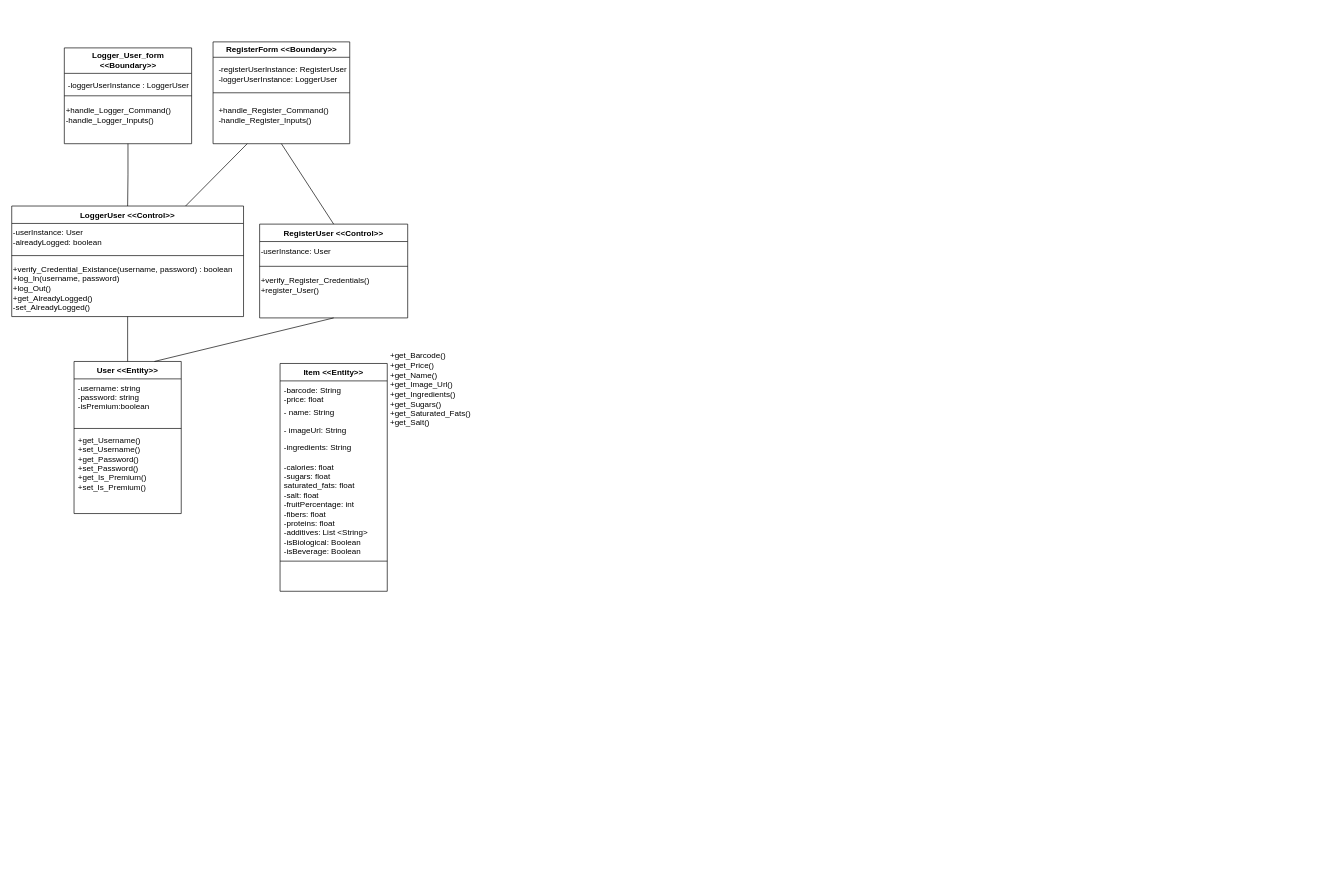
Above: others/Class_Diagrams_BCE/Log_In_Class_Diagram_BCE.drawio in FredHats99/HealthyCart (draw.io), before the change. Source tidied: cells renumbered, new cells numbered last; positions are measured from the earlier drawing's top-left corner, leaving out a move shared by most shapes. Both pictures are drawn from the tidied source at 67%, with x=0, y=0 at pixel (11, 42).
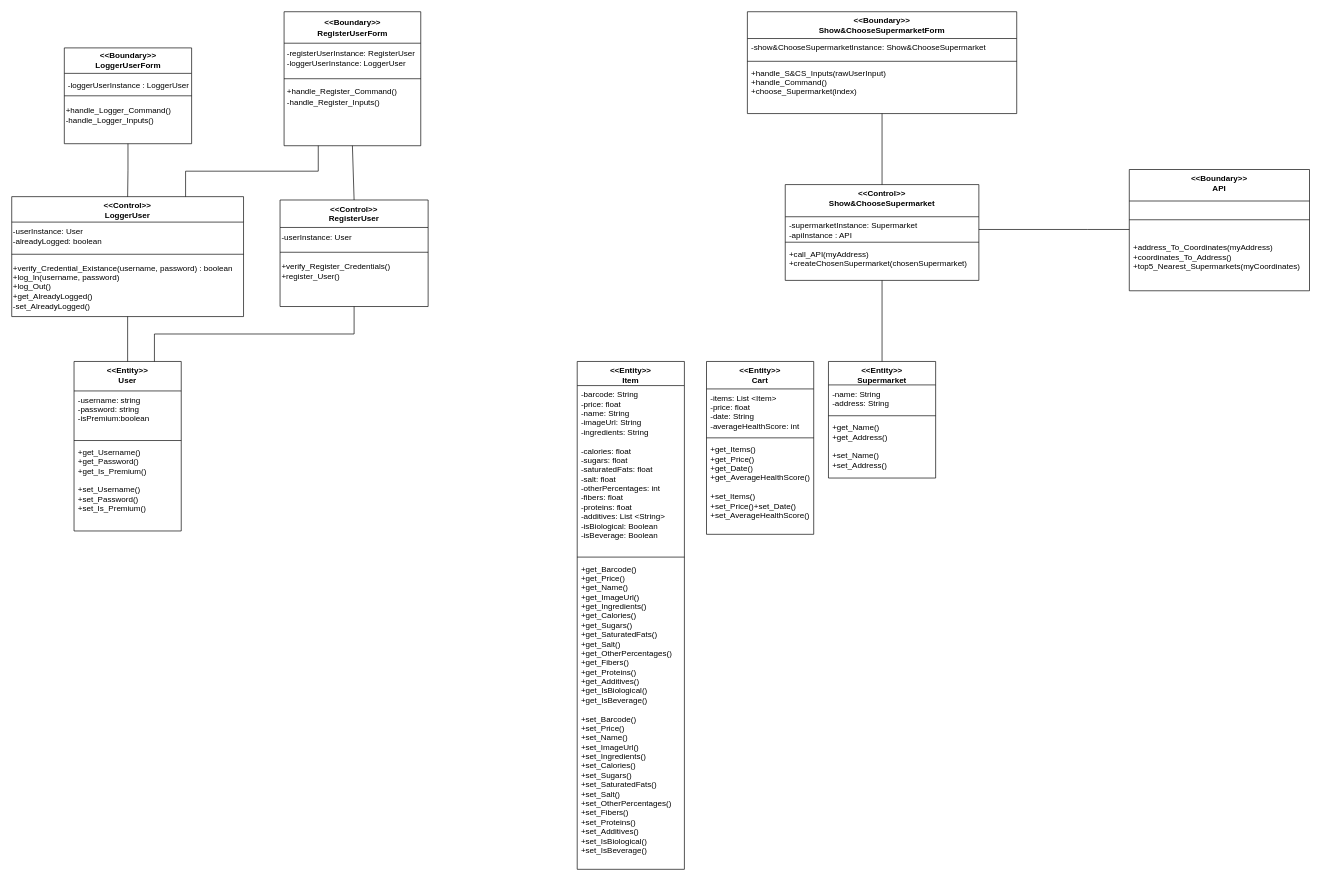
The same diagram, later.

Commit message:
new class diagram.drawio Login

Change to the diagram source:
```diff
@@
-    <mxCell id="2" value="Logger_User_form &amp;lt;&amp;lt;Boundary&amp;gt;&amp;gt;" style="swimlane;whiteSpace=wrap;html=1;startSize=38;" parent="1" vertex="1">
+    <mxCell id="2" value="&lt;div&gt; &amp;lt;&amp;lt;Boundary&amp;gt;&amp;gt;&lt;/div&gt;&lt;div&gt;LoggerUserForm&lt;/div&gt;" style="swimlane;whiteSpace=wrap;html=1;startSize=38;" parent="1" vertex="1">
       <mxGeometry x="78.5" y="9" width="190" height="143" as="geometry" />
     </mxCell>
@@
-    <mxCell id="5" value="LoggerUser &lt;&lt;Control&gt;&gt;" style="swimlane;fontStyle=1;align=center;verticalAlign=top;horizontal=1;startSize=26;rounded=0;shadow=0;strokeWidth=1;" parent="1" vertex="1">
-      <mxGeometry y="245" width="346" height="165" as="geometry" />
+    <mxCell id="5" value=" &lt;&lt;Control&gt;&gt;&#10;LoggerUser" style="swimlane;fontStyle=1;align=center;verticalAlign=top;horizontal=1;startSize=38;rounded=0;shadow=0;strokeWidth=1;" parent="1" vertex="1">
+      <mxGeometry y="231" width="346" height="179" as="geometry" />
     </mxCell>
     <mxCell id="6" value="-userInstance: User&lt;br&gt;-alreadyLogged: boolean" style="text;html=1;align=left;verticalAlign=middle;strokeColor=none;fillColor=none;" parent="5" vertex="1">
-      <mxGeometry y="26" width="346" height="41" as="geometry" />
+      <mxGeometry y="38" width="346" height="41" as="geometry" />
     </mxCell>
     <mxCell id="7" style="line;html=1;strokeWidth=1;align=left;verticalAlign=middle;spacingTop=-1;spacingLeft=3;spacingRight=3;labelPosition=right;" parent="5" vertex="1">
-      <mxGeometry y="67" width="346" height="14" as="geometry" />
+      <mxGeometry y="79" width="346" height="14" as="geometry" />
     </mxCell>
     <mxCell id="8" value="+verify_Credential_Existance(username, password) : boolean&lt;br&gt;+log_In(username, password)&lt;br&gt;+log_Out()&lt;br&gt;+get_AlreadyLogged()&lt;br&gt;-set_AlreadyLogged()" style="text;html=1;align=left;verticalAlign=middle;strokeColor=none;fillColor=none;" parent="5" vertex="1">
-      <mxGeometry y="81" width="346" height="84" as="geometry" />
+      <mxGeometry y="93" width="346" height="84" as="geometry" />
     </mxCell>
@@
-    <mxCell id="10" value="User &lt;&lt;Entity&gt;&gt;" style="swimlane;fontStyle=1;align=center;verticalAlign=top;horizontal=1;startSize=26;rounded=0;shadow=0;strokeWidth=1;" parent="1" vertex="1">
-      <mxGeometry x="93" y="477" width="160" height="227" as="geometry" />
+    <mxCell id="10" value=" &lt;&lt;Entity&gt;&gt;&#10;User" style="swimlane;fontStyle=1;align=center;verticalAlign=top;horizontal=1;startSize=44;rounded=0;shadow=0;strokeWidth=1;" parent="1" vertex="1">
+      <mxGeometry x="93" y="477" width="160" height="253" as="geometry" />
     </mxCell>
-    <mxCell id="11" value="-username: string&#10;-password: string&#10;-isPremium:boolean" style="text;align=left;verticalAlign=top;spacingLeft=4;spacingRight=4;overflow=hidden;" parent="10" vertex="1">
-      <mxGeometry y="26" width="160" height="70" as="geometry" />
+    <mxCell id="11" value="-username: string&#10;-password: string&#10;-isPremium:boolean&#10;" style="text;align=left;verticalAlign=top;spacingLeft=4;spacingRight=4;overflow=hidden;" parent="10" vertex="1">
+      <mxGeometry y="44" width="160" height="70" as="geometry" />
     </mxCell>
     <mxCell id="12" style="line;html=1;strokeWidth=1;align=left;verticalAlign=middle;spacingTop=-1;spacingLeft=3;spacingRight=3;labelPosition=right;" parent="10" vertex="1">
-      <mxGeometry y="96" width="160" height="8" as="geometry" />
+      <mxGeometry y="114" width="160" height="8" as="geometry" />
     </mxCell>
-    <mxCell id="13" value="+get_Username()&#10;+set_Username()&#10;+get_Password()&#10;+set_Password()&#10;+get_Is_Premium()&#10;+set_Is_Premium()" style="text;align=left;verticalAlign=top;spacingLeft=4;spacingRight=4;overflow=hidden;" parent="10" vertex="1">
-      <mxGeometry y="104" width="160" height="123" as="geometry" />
+    <mxCell id="13" value="+get_Username()&#10;+get_Password()&#10;+get_Is_Premium()&#10;&#10;+set_Username()&#10;+set_Password()&#10;+set_Is_Premium()" style="text;align=left;verticalAlign=top;spacingLeft=4;spacingRight=4;overflow=hidden;" parent="10" vertex="1">
+      <mxGeometry y="122" width="160" height="123" as="geometry" />
     </mxCell>
@@
-    <mxCell id="15" value="RegisterUser &lt;&lt;Control&gt;&gt;" style="swimlane;fontStyle=1;align=center;verticalAlign=top;horizontal=1;startSize=26;rounded=0;shadow=0;strokeWidth=1;" parent="1" vertex="1">
-      <mxGeometry x="370" y="272" width="221" height="140" as="geometry" />
+    <mxCell id="15" value=" &lt;&lt;Control&gt;&gt;&#10;RegisterUser" style="swimlane;fontStyle=1;align=center;verticalAlign=top;horizontal=1;startSize=41;rounded=0;shadow=0;strokeWidth=1;" parent="1" vertex="1">
+      <mxGeometry x="400.5" y="236" width="221" height="159" as="geometry" />
     </mxCell>
     <mxCell id="16" value="-userInstance: User" style="text;html=1;align=left;verticalAlign=middle;strokeColor=none;fillColor=none;" parent="15" vertex="1">
-      <mxGeometry y="26" width="221" height="30" as="geometry" />
+      <mxGeometry y="41" width="221" height="30" as="geometry" />
     </mxCell>
     <mxCell id="17" style="line;html=1;strokeWidth=1;align=left;verticalAlign=middle;spacingTop=-1;spacingLeft=3;spacingRight=3;labelPosition=right;" parent="15" vertex="1">
-      <mxGeometry y="56" width="221" height="14" as="geometry" />
+      <mxGeometry y="71" width="221" height="14" as="geometry" />
     </mxCell>
     <mxCell id="18" value="+verify_Register_Credentials()&lt;br&gt;+register_User()" style="text;html=1;align=left;verticalAlign=middle;strokeColor=none;fillColor=none;" parent="15" vertex="1">
-      <mxGeometry y="70" width="221" height="41" as="geometry" />
+      <mxGeometry y="85" width="221" height="41" as="geometry" />
     </mxCell>
@@
-    <mxCell id="20" style="endArrow=none;html=1;rounded=0;entryX=0.5;entryY=1;entryDx=0;entryDy=0;exitX=0.75;exitY=0;exitDx=0;exitDy=0;" parent="1" edge="1" source="10" target="15">
+    <mxCell id="20" style="endArrow=none;html=1;rounded=0;entryX=0.5;entryY=1;entryDx=0;entryDy=0;exitX=0.75;exitY=0;exitDx=0;exitDy=0;edgeStyle=orthogonalEdgeStyle;" parent="1" edge="1" source="10" target="15">
       <mxGeometry relative="1" as="geometry" />
     </mxCell>
-    <mxCell id="21" value="RegisterForm &amp;lt;&amp;lt;Boundary&amp;gt;&amp;gt;" style="swimlane;whiteSpace=wrap;html=1;" parent="1" vertex="1">
-      <mxGeometry x="300.5" width="204" height="152" as="geometry" />
+    <mxCell id="21" value="&lt;div&gt; &amp;lt;&amp;lt;Boundary&amp;gt;&amp;gt;&lt;/div&gt;&lt;div&gt;RegisterUserForm&lt;/div&gt;" style="swimlane;whiteSpace=wrap;html=1;startSize=47;" parent="1" vertex="1">
+      <mxGeometry x="406.5" y="-45" width="204" height="200" as="geometry" />
     </mxCell>
     <mxCell id="22" value="-registerUserInstance: RegisterUser&lt;br&gt;-loggerUserInstance: LoggerUser" style="text;html=1;align=left;verticalAlign=middle;strokeColor=none;fillColor=none;" parent="21" vertex="1">
-      <mxGeometry x="6" y="27" width="209" height="41" as="geometry" />
+      <mxGeometry x="2.5" y="48" width="209" height="41" as="geometry" />
     </mxCell>
     <mxCell id="23" value="+handle_Register_Command()&lt;br&gt;-handle_Register_Inputs()" style="text;html=1;align=left;verticalAlign=middle;strokeColor=none;fillColor=none;" parent="21" vertex="1">
-      <mxGeometry x="6" y="89" width="182" height="41" as="geometry" />
+      <mxGeometry x="2.5" y="106" width="182" height="41" as="geometry" />
     </mxCell>
@@
-    <mxCell id="26" style="endArrow=none;html=1;rounded=0;entryX=0.25;entryY=1;entryDx=0;entryDy=0;exitX=0.75;exitY=0;exitDx=0;exitDy=0;" parent="1" edge="1" source="5" target="21">
+    <mxCell id="26" style="endArrow=none;html=1;rounded=0;entryX=0.25;entryY=1;entryDx=0;entryDy=0;exitX=0.75;exitY=0;exitDx=0;exitDy=0;edgeStyle=orthogonalEdgeStyle;" parent="1" edge="1" source="5" target="21">
       <mxGeometry relative="1" as="geometry" />
     </mxCell>
-    <mxCell id="27" value="Item &lt;&lt;Entity&gt;&gt;" style="swimlane;fontStyle=1;align=center;verticalAlign=top;horizontal=1;startSize=26;rounded=0;shadow=0;strokeWidth=1;" parent="1" vertex="1">
-      <mxGeometry x="400.5" y="480" width="160" height="340" as="geometry" />
-    </mxCell>
-    <mxCell id="28" value="-barcode: String&#10;-price: float&#10;" style="text;align=left;verticalAlign=top;spacingLeft=4;spacingRight=4;overflow=hidden;" parent="27" vertex="1">
-      <mxGeometry y="26" width="160" height="34" as="geometry" />
-    </mxCell>
-    <mxCell id="29" value="- name: String" style="text;align=left;verticalAlign=top;spacingLeft=4;spacingRight=4;overflow=hidden;rounded=0;shadow=0;html=0;" parent="27" vertex="1">
-      <mxGeometry y="60" width="160" height="26" as="geometry" />
-    </mxCell>
-    <mxCell id="30" value="- imageUrl: String" style="text;align=left;verticalAlign=top;spacingLeft=4;spacingRight=4;overflow=hidden;rounded=0;shadow=0;html=0;" parent="27" vertex="1">
-      <mxGeometry y="86" width="160" height="26" as="geometry" />
-    </mxCell>
-    <mxCell id="31" value="-ingredients: String" style="text;align=left;verticalAlign=top;spacingLeft=4;spacingRight=4;overflow=hidden;rounded=0;shadow=0;html=0;" parent="27" vertex="1">
-      <mxGeometry y="112" width="160" height="29" as="geometry" />
-    </mxCell>
-    <mxCell id="32" value="-calories: float&#10;-sugars: float&#10;saturated_fats: float&#10;-salt: float&#10;-fruitPercentage: int&#10;-fibers: float&#10;-proteins: float&#10;-additives: List &lt;String&gt;&#10;-isBiological: Boolean&#10;-isBeverage: Boolean" style="text;align=left;verticalAlign=top;spacingLeft=4;spacingRight=4;overflow=hidden;rounded=0;shadow=0;html=0;" parent="27" vertex="1">
-      <mxGeometry y="141" width="160" height="150" as="geometry" />
-    </mxCell>
-    <mxCell id="33" style="line;html=1;strokeWidth=1;align=left;verticalAlign=middle;spacingTop=-1;spacingLeft=3;spacingRight=3;labelPosition=right;" parent="27" vertex="1">
-      <mxGeometry y="291" width="160" height="8" as="geometry" />
-    </mxCell>
-    <mxCell id="34" value="&lt;div&gt;+get_Barcode()&lt;/div&gt;&lt;div&gt;+get_Price()&lt;/div&gt;&lt;div&gt;+get_Name()&lt;/div&gt;&lt;div&gt;+get_Image_Url()&lt;/div&gt;&lt;div&gt;+get_Ingredients()&lt;/div&gt;&lt;div&gt;+get_Sugars()&lt;/div&gt;&lt;div&gt;+get_Saturated_Fats()&lt;/div&gt;&lt;div&gt;+get_Salt()&lt;br&gt;&lt;/div&gt;&lt;div&gt;&lt;br&gt;&lt;/div&gt;" style="text;html=1;align=left;verticalAlign=middle;strokeColor=none;fillColor=none;" parent="1" vertex="1">
-      <mxGeometry x="563" y="455" width="137" height="142" as="geometry" />
-    </mxCell>
+    <mxCell id="35" value="&lt;&lt;Entity&gt;&gt;&#10;Item&#10;" style="swimlane;fontStyle=1;align=center;verticalAlign=top;horizontal=1;startSize=36;" parent="1" vertex="1">
+      <mxGeometry x="844" y="477" width="160" height="758" as="geometry" />
+    </mxCell>
+    <mxCell id="36" value="-barcode: String&#10;-price: float&#10;-name: String&#10;-imageUrl: String&#10;-ingredients: String&#10;&#10;-calories: float&#10;-sugars: float&#10;-saturatedFats: float&#10;-salt: float&#10;-otherPercentages: int&#10;-fibers: float&#10;-proteins: float&#10;-additives: List &lt;String&gt;&#10;-isBiological: Boolean&#10;-isBeverage: Boolean" style="text;strokeColor=none;fillColor=none;align=left;verticalAlign=top;spacingLeft=4;spacingRight=4;overflow=hidden;" parent="35" vertex="1">
+      <mxGeometry y="36" width="160" height="252" as="geometry" />
+    </mxCell>
+    <mxCell id="37" style="line;strokeWidth=1;fillColor=none;align=left;verticalAlign=middle;spacingTop=-1;spacingLeft=3;spacingRight=3;labelPosition=right;strokeColor=inherit;" parent="35" vertex="1">
+      <mxGeometry y="288" width="160" height="8" as="geometry" />
+    </mxCell>
+    <mxCell id="38" value="+get_Barcode()&#10;+get_Price()&#10;+get_Name()&#10;+get_ImageUrl()&#10;+get_Ingredients()&#10;+get_Calories()&#10;+get_Sugars() &#10;+get_SaturatedFats()&#10;+get_Salt()&#10;+get_OtherPercentages()&#10;+get_Fibers()&#10;+get_Proteins()&#10;+get_Additives()&#10;+get_IsBiological()&#10;+get_IsBeverage()&#10;&#10;+set_Barcode()&#10;+set_Price()&#10;+set_Name()&#10;+set_ImageUrl()&#10;+set_Ingredients()&#10;+set_Calories()&#10;+set_Sugars()&#10;+set_SaturatedFats()&#10;+set_Salt()&#10;+set_OtherPercentages()&#10;+set_Fibers()&#10;+set_Proteins()&#10;+set_Additives()&#10;+set_IsBiological()&#10;+set_IsBeverage()" style="text;strokeColor=none;fillColor=none;align=left;verticalAlign=top;spacingLeft=4;spacingRight=4;overflow=hidden;" parent="35" vertex="1">
+      <mxGeometry y="296" width="160" height="462" as="geometry" />
+    </mxCell>
+    <mxCell id="39" value="&lt;&lt;Entity&gt;&gt;&#10;Cart&#10;" style="swimlane;fontStyle=1;align=center;verticalAlign=top;horizontal=1;startSize=41;" parent="1" vertex="1">
+      <mxGeometry x="1037" y="477" width="160" height="258" as="geometry" />
+    </mxCell>
+    <mxCell id="40" value="-items: List &lt;Item&gt;&#10;-price: float&#10;-date: String&#10;-averageHealthScore: int&#10;" style="text;strokeColor=none;fillColor=none;align=left;verticalAlign=top;spacingLeft=4;spacingRight=4;overflow=hidden;" parent="39" vertex="1">
+      <mxGeometry y="41" width="160" height="69" as="geometry" />
+    </mxCell>
+    <mxCell id="41" style="line;strokeWidth=1;fillColor=none;align=left;verticalAlign=middle;spacingTop=-1;spacingLeft=3;spacingRight=3;labelPosition=right;strokeColor=inherit;" parent="39" vertex="1">
+      <mxGeometry y="110" width="160" height="8" as="geometry" />
+    </mxCell>
+    <mxCell id="42" value="+get_Items()&#10;+get_Price()&#10;+get_Date()&#10;+get_AverageHealthScore()&#10;&#10;+set_Items()&#10;+set_Price()+set_Date()&#10;+set_AverageHealthScore()" style="text;strokeColor=none;fillColor=none;align=left;verticalAlign=top;spacingLeft=4;spacingRight=4;overflow=hidden;" parent="39" vertex="1">
+      <mxGeometry y="118" width="160" height="140" as="geometry" />
+    </mxCell>
+    <mxCell id="43" value="&lt;&lt;Entity&gt;&gt;&#10;Supermarket&#10;" style="swimlane;fontStyle=1;align=center;verticalAlign=top;horizontal=1;startSize=35;" parent="1" vertex="1">
+      <mxGeometry x="1219" y="477" width="160" height="174" as="geometry" />
+    </mxCell>
+    <mxCell id="44" value="-name: String&#10;-address: String" style="text;strokeColor=none;fillColor=none;align=left;verticalAlign=top;spacingLeft=4;spacingRight=4;overflow=hidden;" parent="43" vertex="1">
+      <mxGeometry y="35" width="160" height="42" as="geometry" />
+    </mxCell>
+    <mxCell id="45" style="line;strokeWidth=1;fillColor=none;align=left;verticalAlign=middle;spacingTop=-1;spacingLeft=3;spacingRight=3;labelPosition=right;strokeColor=inherit;" parent="43" vertex="1">
+      <mxGeometry y="77" width="160" height="8" as="geometry" />
+    </mxCell>
+    <mxCell id="46" value="+get_Name()&#10;+get_Address()&#10;&#10;+set_Name()&#10;+set_Address()&#10;" style="text;strokeColor=none;fillColor=none;align=left;verticalAlign=top;spacingLeft=4;spacingRight=4;overflow=hidden;" parent="43" vertex="1">
+      <mxGeometry y="85" width="160" height="89" as="geometry" />
+    </mxCell>
+    <mxCell id="47" style="edgeStyle=orthogonalEdgeStyle;rounded=0;jettySize=auto;html=1;endArrow=none;endFill=0;" parent="1" edge="1" source="48" target="43">
+      <mxGeometry relative="1" as="geometry" />
+    </mxCell>
+    <mxCell id="48" value="&lt;&lt;Control&gt;&gt;&#10;Show&amp;ChooseSupermarket&#10;&#10;&#10;" style="swimlane;fontStyle=1;align=center;verticalAlign=top;horizontal=1;startSize=48;" parent="1" vertex="1">
+      <mxGeometry x="1154.5" y="213" width="289" height="143" as="geometry" />
+    </mxCell>
+    <mxCell id="49" value="-supermarketInstance: Supermarket&#10;-apiInstance : API&#10;" style="text;strokeColor=none;fillColor=none;align=left;verticalAlign=top;spacingLeft=4;spacingRight=4;overflow=hidden;points=[[0,0.5],[1,0.5]];portConstraint=eastwest;" parent="48" vertex="1">
+      <mxGeometry y="48" width="289" height="34" as="geometry" />
+    </mxCell>
+    <mxCell id="50" style="line;strokeWidth=1;fillColor=none;align=left;verticalAlign=middle;spacingTop=-1;spacingLeft=3;spacingRight=3;labelPosition=right;strokeColor=inherit;" parent="48" vertex="1">
+      <mxGeometry y="82" width="289" height="8" as="geometry" />
+    </mxCell>
+    <mxCell id="51" value="+call_API(myAddress)&#10;+createChosenSupermarket(chosenSupermarket)&#10;" style="text;strokeColor=none;fillColor=none;align=left;verticalAlign=top;spacingLeft=4;spacingRight=4;overflow=hidden;" parent="48" vertex="1">
+      <mxGeometry y="90" width="289" height="53" as="geometry" />
+    </mxCell>
+    <mxCell id="52" style="edgeStyle=orthogonalEdgeStyle;rounded=0;jettySize=auto;html=1;endArrow=none;endFill=0;" parent="1" edge="1" source="53" target="48">
+      <mxGeometry relative="1" as="geometry" />
+    </mxCell>
+    <mxCell id="53" value="&lt;&lt;Boundary&gt;&gt;&#10;Show&amp;ChooseSupermarketForm&#10;" style="swimlane;fontStyle=1;align=center;verticalAlign=top;horizontal=1;startSize=40;" parent="1" vertex="1">
+      <mxGeometry x="1098" y="-45" width="402" height="152" as="geometry" />
+    </mxCell>
+    <mxCell id="54" value="-show&amp;ChooseSupermarketInstance: Show&amp;ChooseSupermarket&#10;&#10;&#10;&#10;&#10;" style="text;strokeColor=none;fillColor=none;align=left;verticalAlign=top;spacingLeft=4;spacingRight=4;overflow=hidden;" parent="53" vertex="1">
+      <mxGeometry y="40" width="402" height="30" as="geometry" />
+    </mxCell>
+    <mxCell id="55" style="line;strokeWidth=1;fillColor=none;align=left;verticalAlign=middle;spacingTop=-1;spacingLeft=3;spacingRight=3;labelPosition=right;strokeColor=inherit;" parent="53" vertex="1">
+      <mxGeometry y="70" width="402" height="8" as="geometry" />
+    </mxCell>
+    <mxCell id="56" value="+handle_S&amp;CS_Inputs(rawUserInput)&#10;+handle_Command()&#10;+choose_Supermarket(index)&#10;" style="text;strokeColor=none;fillColor=none;align=left;verticalAlign=top;spacingLeft=4;spacingRight=4;overflow=hidden;" parent="53" vertex="1">
+      <mxGeometry y="78" width="402" height="74" as="geometry" />
+    </mxCell>
+    <mxCell id="57" value="&lt;&lt;Boundary&gt;&gt;&#10;API&#10;&#10;" style="swimlane;fontStyle=1;align=center;verticalAlign=top;horizontal=1;startSize=47;" parent="1" vertex="1">
+      <mxGeometry x="1668" y="190.5" width="269" height="181" as="geometry" />
+    </mxCell>
+    <mxCell id="58" style="line;strokeWidth=1;fillColor=none;align=left;verticalAlign=middle;spacingTop=-1;spacingLeft=3;spacingRight=3;labelPosition=right;strokeColor=inherit;" parent="57" vertex="1">
+      <mxGeometry y="47" width="269" height="56" as="geometry" />
+    </mxCell>
+    <mxCell id="59" value="+address_To_Coordinates(myAddress)&#10;+coordinates_To_Address()&#10;+top5_Nearest_Supermarkets(myCoordinates)&#10;" style="text;strokeColor=none;fillColor=none;align=left;verticalAlign=top;spacingLeft=4;spacingRight=4;overflow=hidden;" parent="57" vertex="1">
+      <mxGeometry y="103" width="269" height="78" as="geometry" />
+    </mxCell>
+    <mxCell id="60" style="edgeStyle=orthogonalEdgeStyle;rounded=0;jettySize=auto;html=1;endArrow=none;endFill=0;" parent="1" edge="1" source="49" target="57">
+      <mxGeometry relative="1" as="geometry">
+        <Array as="points">
+          <mxPoint x="1606" y="280" />
+          <mxPoint x="1606" y="280" />
+        </Array>
+      </mxGeometry>
+    </mxCell>
```
